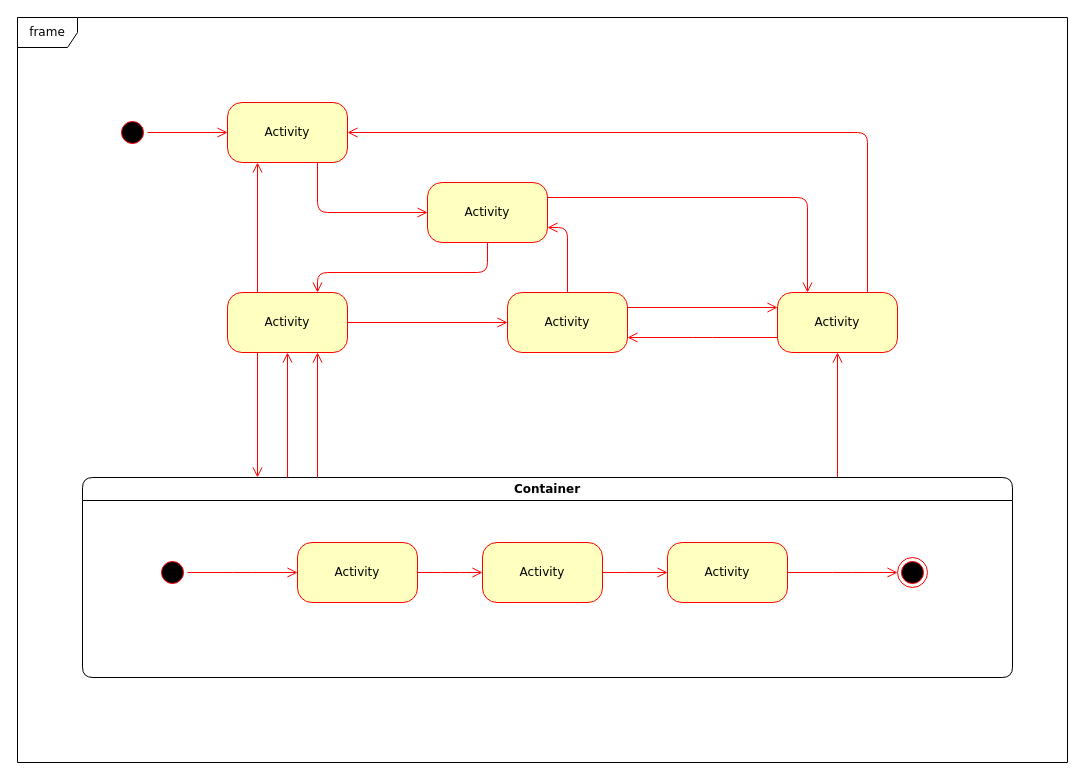
Above: StgMkt.drawio in GranaryTree/community (draw.io), before the change. Source tidied: cells renumbered, new cells numbered last; positions are measured from the earlier drawing's top-left corner, leaving out a move shared by most shapes. Both pictures are drawn from the tidied source at 100%, with x=0, y=0 at pixel (17, 17).
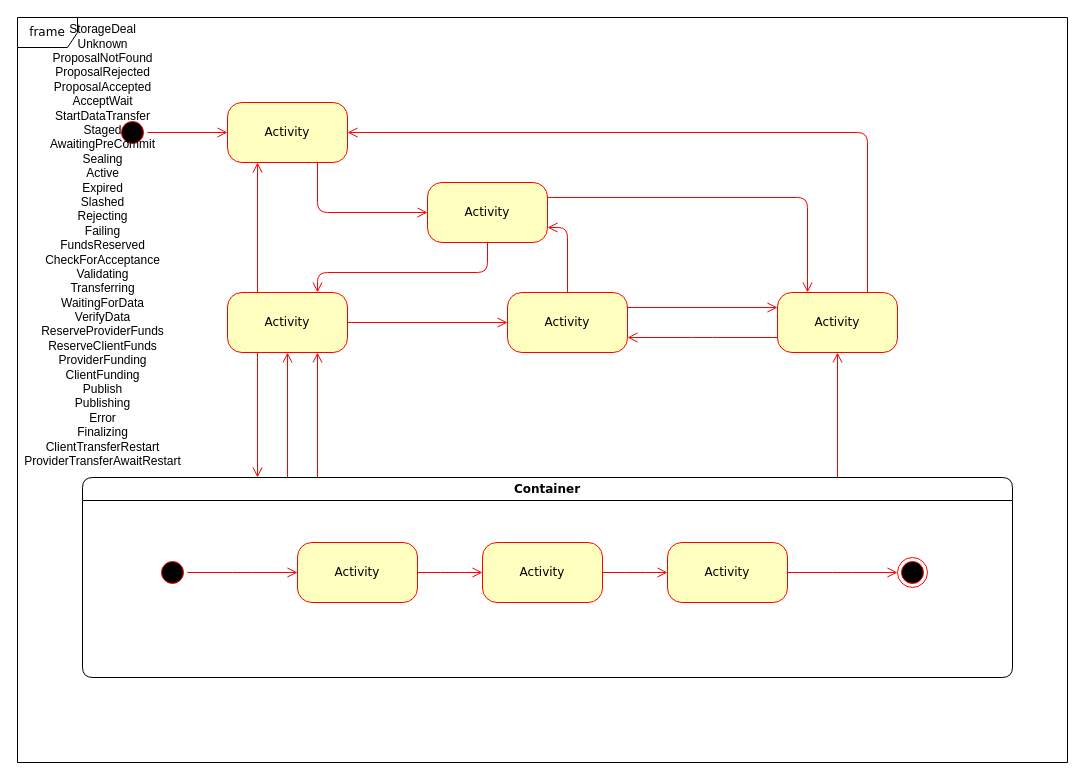
The same diagram, later.

What changed in the source:
```diff
@@
+    <mxCell id="33" value="&lt;div&gt;StorageDeal&lt;/div&gt;&lt;div&gt;Unknown&lt;/div&gt;&lt;div&gt;ProposalNotFound&lt;/div&gt;&lt;div&gt;ProposalRejected&lt;/div&gt;&lt;div&gt;ProposalAccepted&lt;/div&gt;&lt;div&gt;AcceptWait&lt;/div&gt;&lt;div&gt;StartDataTransfer&lt;/div&gt;&lt;div&gt;Staged&lt;/div&gt;&lt;div&gt;AwaitingPreCommit&lt;/div&gt;&lt;div&gt;Sealing&lt;/div&gt;&lt;div&gt;Active&lt;/div&gt;&lt;div&gt;Expired&lt;/div&gt;&lt;div&gt;Slashed&lt;/div&gt;&lt;div&gt;Rejecting&lt;/div&gt;&lt;div&gt;Failing&lt;/div&gt;&lt;div&gt;FundsReserved&lt;/div&gt;&lt;div&gt;CheckForAcceptance&lt;/div&gt;&lt;div&gt;Validating&lt;/div&gt;&lt;div&gt;Transferring&lt;/div&gt;&lt;div&gt;WaitingForData&lt;/div&gt;&lt;div&gt;VerifyData&lt;/div&gt;&lt;div&gt;ReserveProviderFunds&lt;/div&gt;&lt;div&gt;ReserveClientFunds&lt;/div&gt;&lt;div&gt;ProviderFunding&lt;/div&gt;&lt;div&gt;ClientFunding&lt;/div&gt;&lt;div&gt;Publish&lt;/div&gt;&lt;div&gt;Publishing&lt;/div&gt;&lt;div&gt;Error&lt;/div&gt;&lt;div&gt;Finalizing&lt;/div&gt;&lt;div&gt;ClientTransferRestart&lt;/div&gt;&lt;div&gt;ProviderTransferAwaitRestart&lt;/div&gt;&lt;div&gt;&lt;br&gt;&lt;/div&gt;" style="text;html=1;align=center;verticalAlign=middle;fillColor=none;strokeColor=none;rounded=0;" parent="1" vertex="1">
+      <mxGeometry y="10" width="170" height="450" as="geometry" />
+    </mxCell>
```
